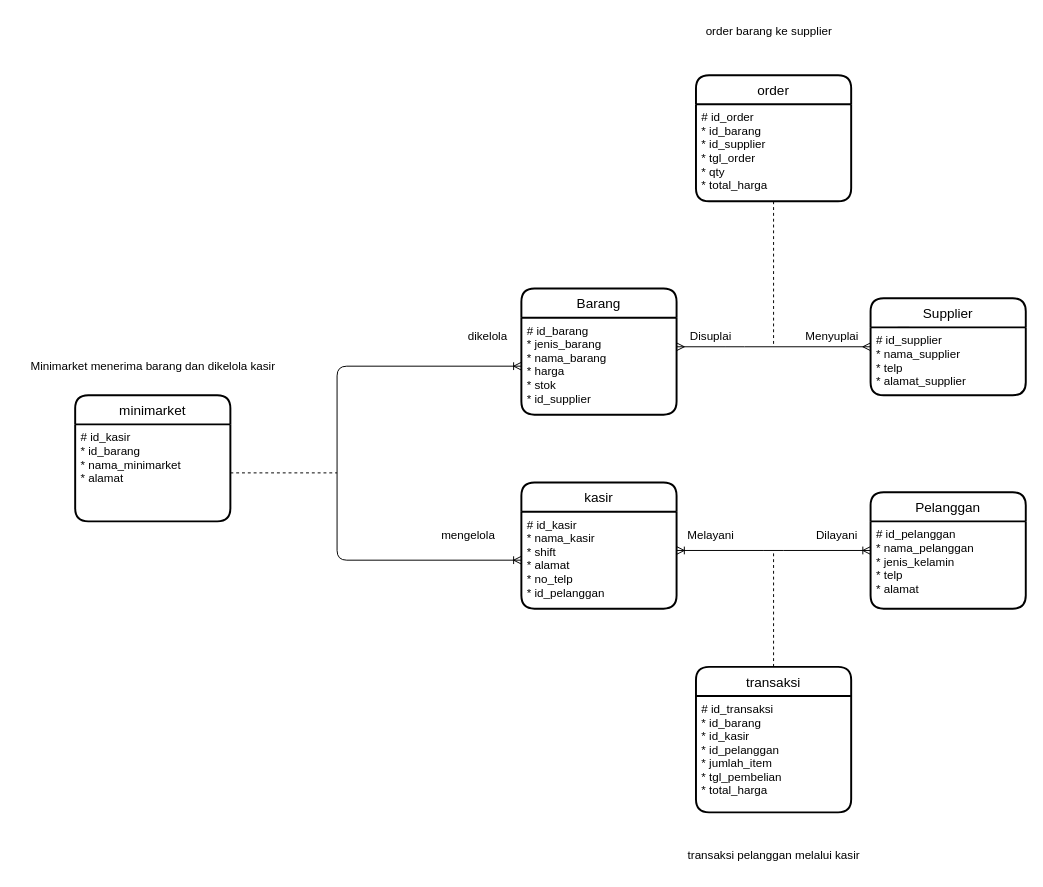
This is erd1.drawio from akbarzaqi/tp-basdat, a draw.io file, before an edit. Source tidied: cells renumbered, new cells numbered last; positions are measured from the earlier drawing's top-left corner, leaving out a move shared by most shapes. Both pictures are drawn from the tidied source at 97%, with x=0, y=0 at pixel (16, 16).
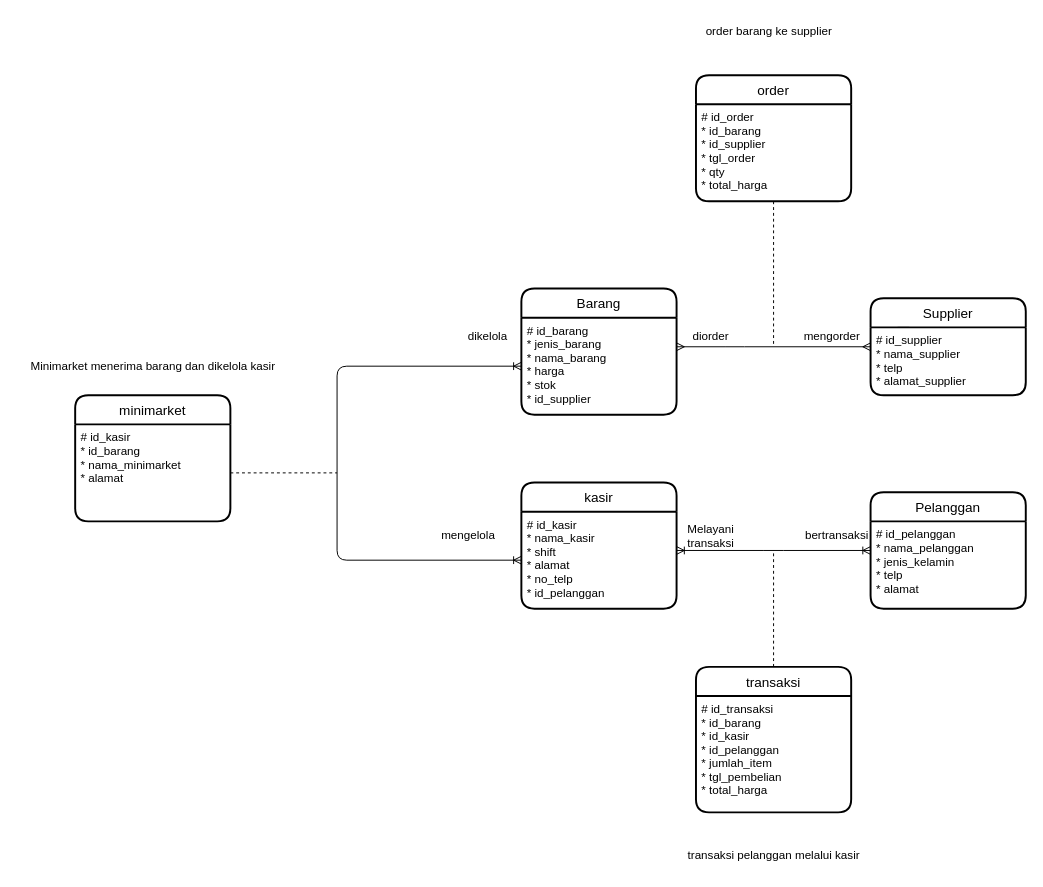
The same diagram, later.

Commit message (it also covers changes not shown here):
change flow erd

The edit, as a diff of the source:
```diff
@@
-    <mxCell id="13" value="Menyuplai" style="text;html=1;align=center;verticalAlign=middle;strokeColor=none;fillColor=none;" parent="1" vertex="1">
+    <mxCell id="13" value="mengorder" style="text;html=1;align=center;verticalAlign=middle;strokeColor=none;fillColor=none;" parent="1" vertex="1">
       <mxGeometry x="800" y="315" width="80" height="30" as="geometry" />
     </mxCell>
-    <mxCell id="14" value="Disuplai" style="text;html=1;align=center;verticalAlign=middle;strokeColor=none;fillColor=none;" parent="1" vertex="1">
-      <mxGeometry x="680" y="315" width="70" height="30" as="geometry" />
+    <mxCell id="14" value="diorder" style="text;html=1;align=center;verticalAlign=middle;strokeColor=none;fillColor=none;" parent="1" vertex="1">
+      <mxGeometry x="685" y="315" width="60" height="30" as="geometry" />
     </mxCell>
-    <mxCell id="15" value="Melayani" style="text;html=1;align=center;verticalAlign=middle;strokeColor=none;fillColor=none;" parent="1" vertex="1">
-      <mxGeometry x="680" y="520" width="70" height="30" as="geometry" />
+    <mxCell id="15" value="Melayani&lt;br&gt;transaksi" style="text;html=1;align=center;verticalAlign=middle;strokeColor=none;fillColor=none;" parent="1" vertex="1">
+      <mxGeometry x="680" y="515" width="70" height="40" as="geometry" />
     </mxCell>
-    <mxCell id="16" value="Dilayani" style="text;html=1;align=center;verticalAlign=middle;strokeColor=none;fillColor=none;" parent="1" vertex="1">
-      <mxGeometry x="810" y="520" width="70" height="30" as="geometry" />
+    <mxCell id="16" value="bertransaksi" style="text;html=1;align=center;verticalAlign=middle;strokeColor=none;fillColor=none;" parent="1" vertex="1">
+      <mxGeometry x="800" y="520" width="90" height="30" as="geometry" />
     </mxCell>
```
